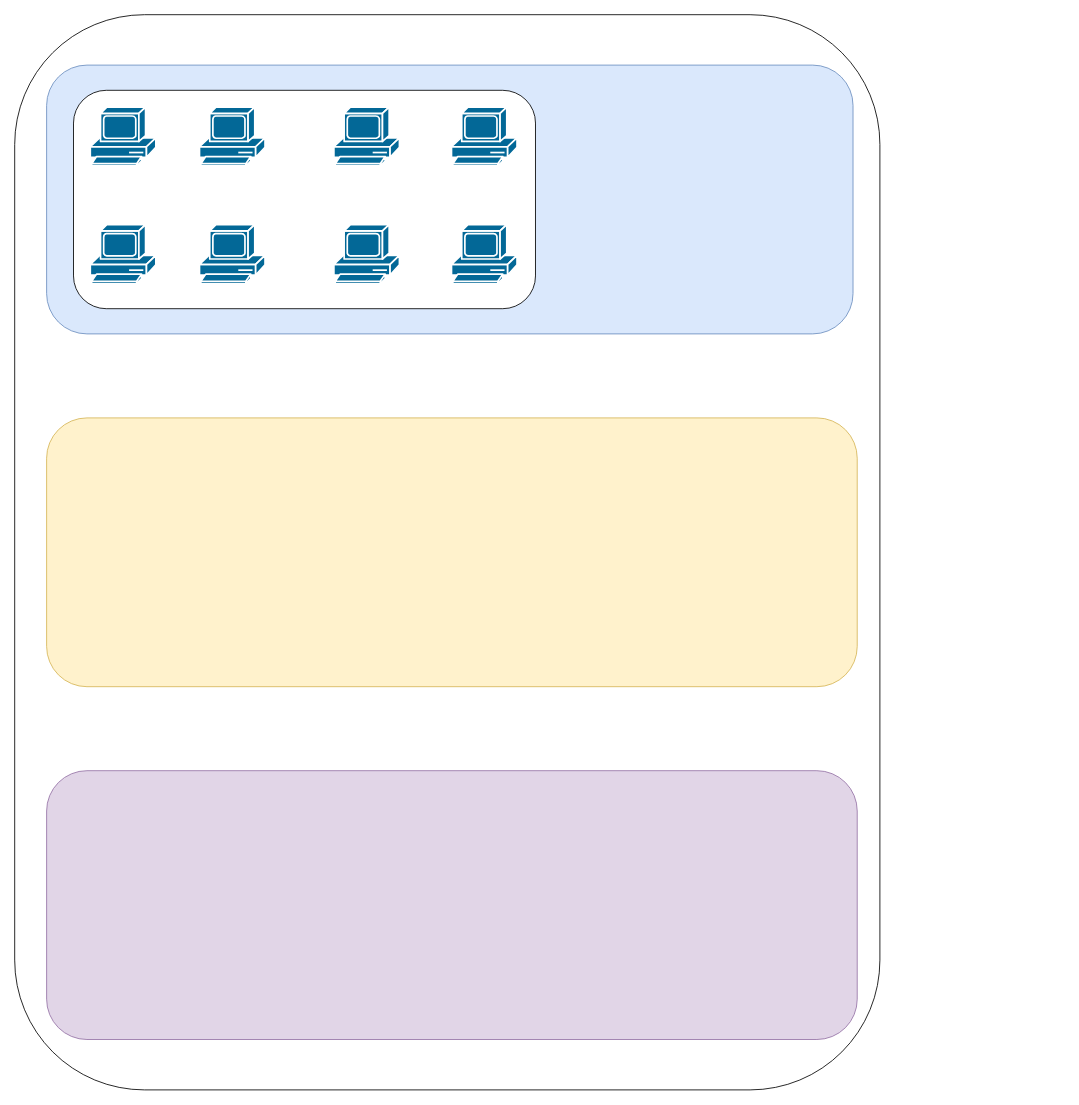
Before: cisco.drawio in obamaspy/Random-stuff, a draw.io diagram. Source tidied: cells renumbered, new cells numbered last; positions are measured from the earlier drawing's top-left corner, leaving out a move shared by most shapes. Both pictures are drawn from the tidied source at 84%, with x=0, y=0 at pixel (14, 14).
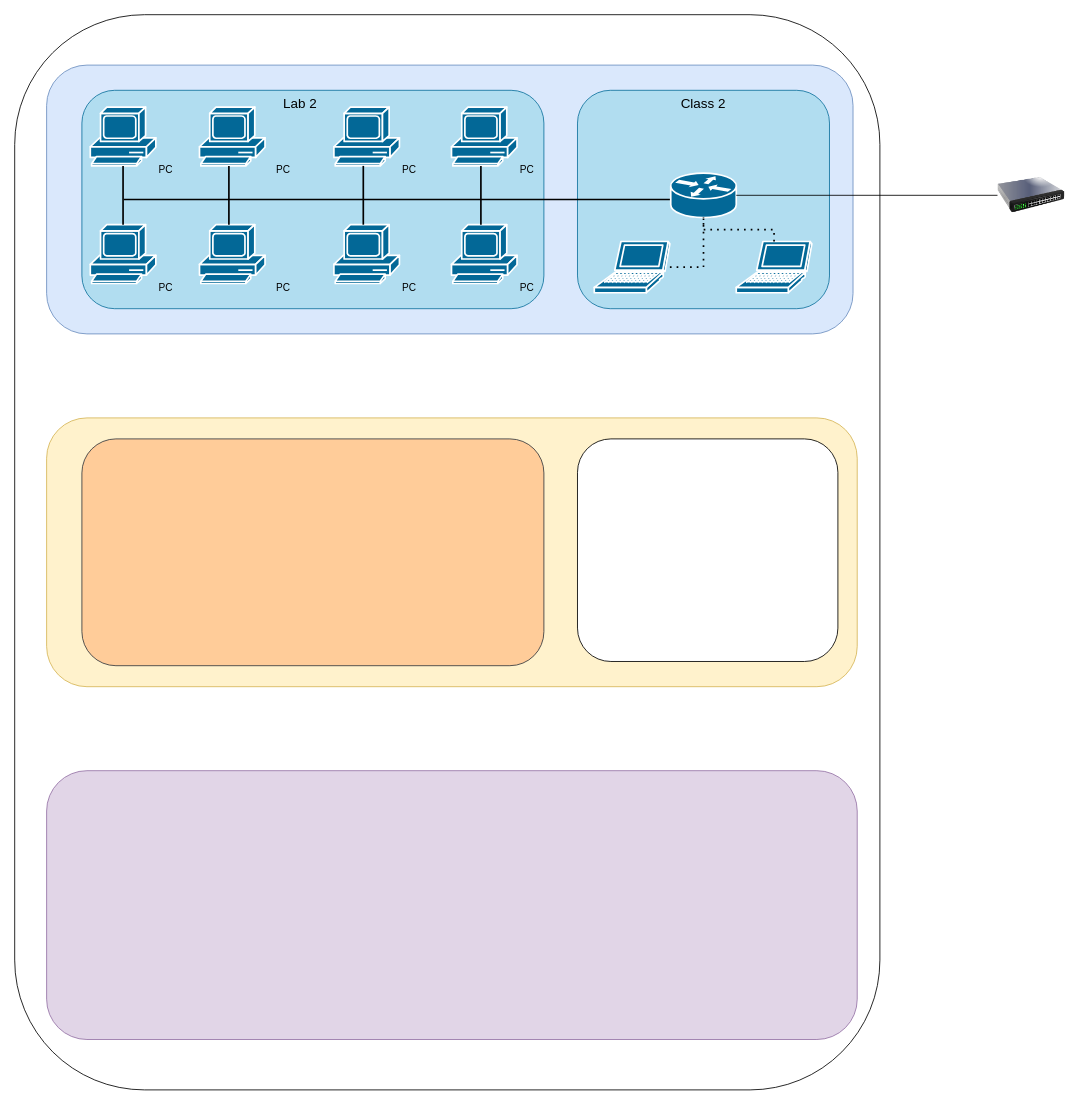
Above is the later version.

What changed in the source:
```diff
@@
-    <mxCell id="6" style="rounded=1;whiteSpace=wrap;html=1;" parent="1" vertex="1">
-      <mxGeometry x="70" y="90" width="550" height="260" as="geometry" />
+    <mxCell id="6" style="rounded=1;whiteSpace=wrap;html=1;fillColor=#b1ddf0;strokeColor=#10739e;" parent="1" vertex="1">
+      <mxGeometry x="80" y="90" width="550" height="260" as="geometry" />
     </mxCell>
@@
+    <mxCell id="15" style="rounded=1;whiteSpace=wrap;html=1;fillColor=#b1ddf0;strokeColor=#10739e;" parent="1" vertex="1">
+      <mxGeometry x="670" y="90" width="300" height="260" as="geometry" />
+    </mxCell>
+    <mxCell id="16" style="shape=mxgraph.cisco.routers.router;sketch=0;html=1;dashed=0;fillColor=#036897;strokeColor=#ffffff;strokeWidth=2;verticalLabelPosition=bottom;verticalAlign=top;align=center;outlineConnect=0;" parent="1" vertex="1">
+      <mxGeometry x="781" y="188.5" width="78" height="53" as="geometry" />
+    </mxCell>
+    <mxCell id="17" style="line;strokeWidth=2;html=1;" parent="1" vertex="1">
+      <mxGeometry x="130" y="215" width="650" height="10" as="geometry" />
+    </mxCell>
+    <mxCell id="18" style="line;strokeWidth=2;direction=south;html=1;" parent="1" vertex="1">
+      <mxGeometry x="124" y="180" width="10" height="70" as="geometry" />
+    </mxCell>
+    <mxCell id="19" style="line;strokeWidth=2;direction=south;html=1;" parent="1" vertex="1">
+      <mxGeometry x="250" y="180" width="10" height="70" as="geometry" />
+    </mxCell>
+    <mxCell id="20" style="line;strokeWidth=2;direction=south;html=1;" parent="1" vertex="1">
+      <mxGeometry x="410" y="180" width="10" height="70" as="geometry" />
+    </mxCell>
+    <mxCell id="21" style="line;strokeWidth=2;direction=south;html=1;" parent="1" vertex="1">
+      <mxGeometry x="550" y="180" width="10" height="70" as="geometry" />
+    </mxCell>
+    <mxCell id="22" style="shape=mxgraph.cisco.computers_and_peripherals.laptop;sketch=0;html=1;dashed=0;fillColor=#036897;strokeColor=#ffffff;strokeWidth=2;verticalLabelPosition=bottom;verticalAlign=top;align=center;outlineConnect=0;" parent="1" vertex="1">
+      <mxGeometry x="690" y="270" width="90" height="61" as="geometry" />
+    </mxCell>
+    <mxCell id="23" style="shape=mxgraph.cisco.computers_and_peripherals.laptop;sketch=0;html=1;dashed=0;fillColor=#036897;strokeColor=#ffffff;strokeWidth=2;verticalLabelPosition=bottom;verticalAlign=top;align=center;outlineConnect=0;" parent="1" vertex="1">
+      <mxGeometry x="859" y="270" width="90" height="61" as="geometry" />
+    </mxCell>
+    <mxCell id="24" style="endArrow=none;dashed=1;html=1;dashPattern=1 3;strokeWidth=2;rounded=0;edgeStyle=orthogonalEdgeStyle;" parent="1" edge="1" source="22" target="16">
+      <mxGeometry relative="1" as="geometry" />
+    </mxCell>
+    <mxCell id="25" style="endArrow=none;dashed=1;html=1;dashPattern=1 3;strokeWidth=2;rounded=0;edgeStyle=orthogonalEdgeStyle;" parent="1" edge="1" source="23" target="16">
+      <mxGeometry relative="1" as="geometry" />
+    </mxCell>
+    <mxCell id="26" style="image;html=1;image=img/lib/clip_art/networking/Switch_128x128.png;" parent="1" vertex="1">
+      <mxGeometry x="1170" y="175" width="80" height="80" as="geometry" />
+    </mxCell>
+    <mxCell id="27" style="endArrow=none;html=1;rounded=0;edgeStyle=orthogonalEdgeStyle;entryX=0;entryY=0.5;entryDx=0;entryDy=0;" parent="1" edge="1" source="16" target="26">
+      <mxGeometry relative="1" as="geometry" />
+    </mxCell>
+    <mxCell id="28" value="Lab 2" style="text;html=1;strokeColor=none;fillColor=none;align=center;verticalAlign=middle;whiteSpace=wrap;rounded=0;fontSize=16;" parent="1" vertex="1">
+      <mxGeometry x="310" y="90" width="60" height="30" as="geometry" />
+    </mxCell>
+    <mxCell id="29" value="Class 2" style="text;html=1;strokeColor=none;fillColor=none;align=center;verticalAlign=middle;whiteSpace=wrap;rounded=0;fontSize=16;" parent="1" vertex="1">
+      <mxGeometry x="790" y="90" width="60" height="30" as="geometry" />
+    </mxCell>
+    <mxCell id="30" value="PC" style="text;html=1;strokeColor=none;fillColor=none;align=center;verticalAlign=middle;whiteSpace=wrap;rounded=0;" parent="1" vertex="1">
+      <mxGeometry x="150" y="170" width="60" height="30" as="geometry" />
+    </mxCell>
+    <mxCell id="31" value="PC" style="text;html=1;strokeColor=none;fillColor=none;align=center;verticalAlign=middle;whiteSpace=wrap;rounded=0;" parent="1" vertex="1">
+      <mxGeometry x="150" y="310" width="60" height="30" as="geometry" />
+    </mxCell>
+    <mxCell id="32" value="PC" style="text;html=1;strokeColor=none;fillColor=none;align=center;verticalAlign=middle;whiteSpace=wrap;rounded=0;" parent="1" vertex="1">
+      <mxGeometry x="290" y="170" width="60" height="30" as="geometry" />
+    </mxCell>
+    <mxCell id="33" value="PC" style="text;html=1;strokeColor=none;fillColor=none;align=center;verticalAlign=middle;whiteSpace=wrap;rounded=0;" parent="1" vertex="1">
+      <mxGeometry x="290" y="310" width="60" height="30" as="geometry" />
+    </mxCell>
+    <mxCell id="34" value="PC" style="text;html=1;strokeColor=none;fillColor=none;align=center;verticalAlign=middle;whiteSpace=wrap;rounded=0;" parent="1" vertex="1">
+      <mxGeometry x="440" y="310" width="60" height="30" as="geometry" />
+    </mxCell>
+    <mxCell id="35" value="PC" style="text;html=1;strokeColor=none;fillColor=none;align=center;verticalAlign=middle;whiteSpace=wrap;rounded=0;" parent="1" vertex="1">
+      <mxGeometry x="440" y="170" width="60" height="30" as="geometry" />
+    </mxCell>
+    <mxCell id="36" value="PC" style="text;html=1;strokeColor=none;fillColor=none;align=center;verticalAlign=middle;whiteSpace=wrap;rounded=0;" parent="1" vertex="1">
+      <mxGeometry x="580" y="170" width="60" height="30" as="geometry" />
+    </mxCell>
+    <mxCell id="37" value="PC" style="text;html=1;strokeColor=none;fillColor=none;align=center;verticalAlign=middle;whiteSpace=wrap;rounded=0;" parent="1" vertex="1">
+      <mxGeometry x="580" y="310" width="60" height="30" as="geometry" />
+    </mxCell>
+    <mxCell id="38" style="edgeStyle=orthogonalEdgeStyle;rounded=0;orthogonalLoop=1;jettySize=auto;html=1;exitX=0.5;exitY=1;exitDx=0;exitDy=0;" parent="1" edge="1" source="30" target="30">
+      <mxGeometry relative="1" as="geometry" />
+    </mxCell>
+    <mxCell id="39" style="rounded=1;whiteSpace=wrap;html=1;fillColor=#ffcc99;strokeColor=#36393d;" parent="1" vertex="1">
+      <mxGeometry x="80" y="505" width="550" height="270" as="geometry" />
+    </mxCell>
+    <mxCell id="40" style="rounded=1;whiteSpace=wrap;html=1;" parent="1" vertex="1">
+      <mxGeometry x="670" y="505" width="310" height="265" as="geometry" />
+    </mxCell>
```
